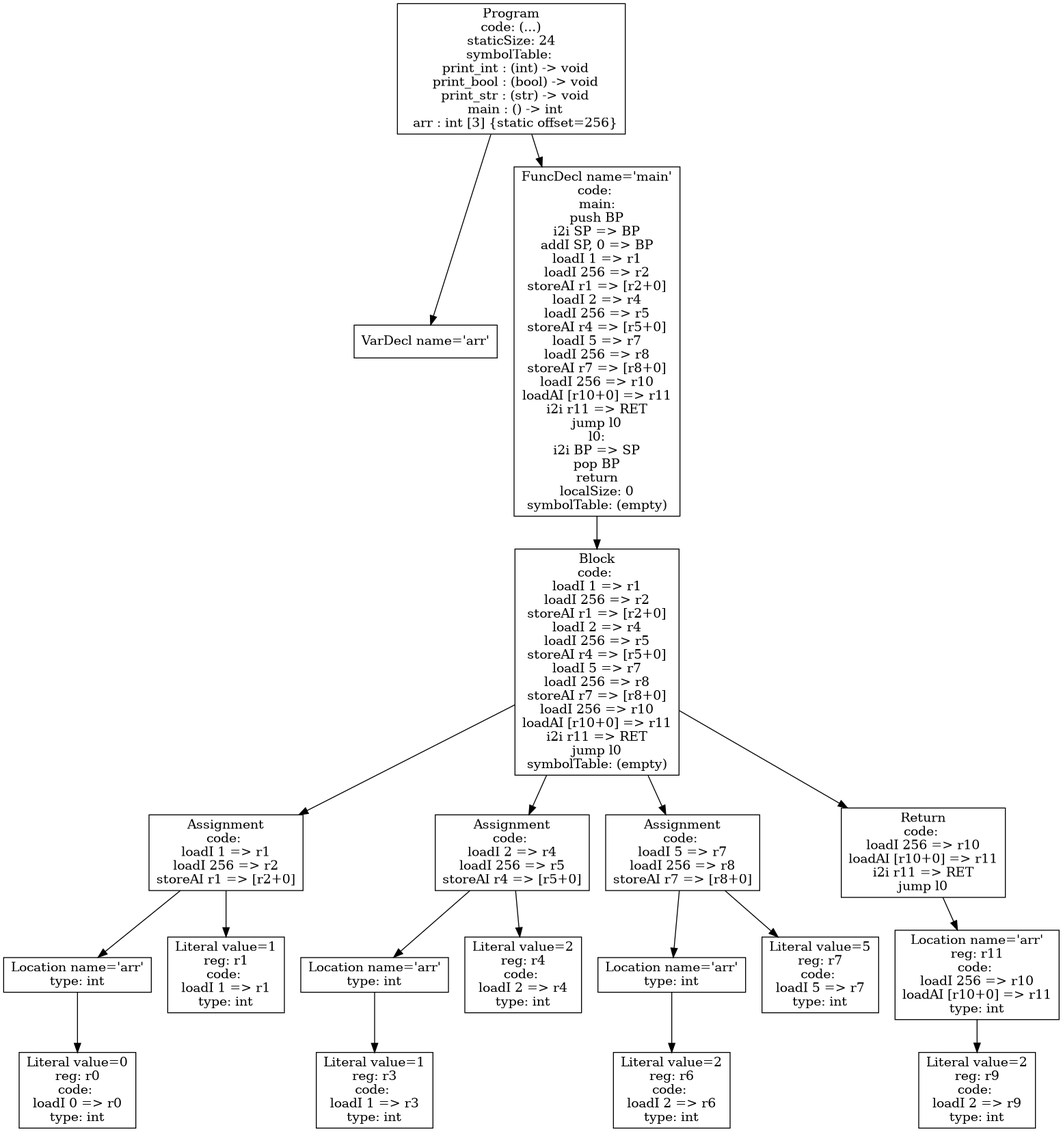
This is p4-codegen/iloc-tree.png from atrim11/CS432, a Graphviz export, as it was before one commit. Its source is kept beside it as p4-codegen/iloc-tree.dot.
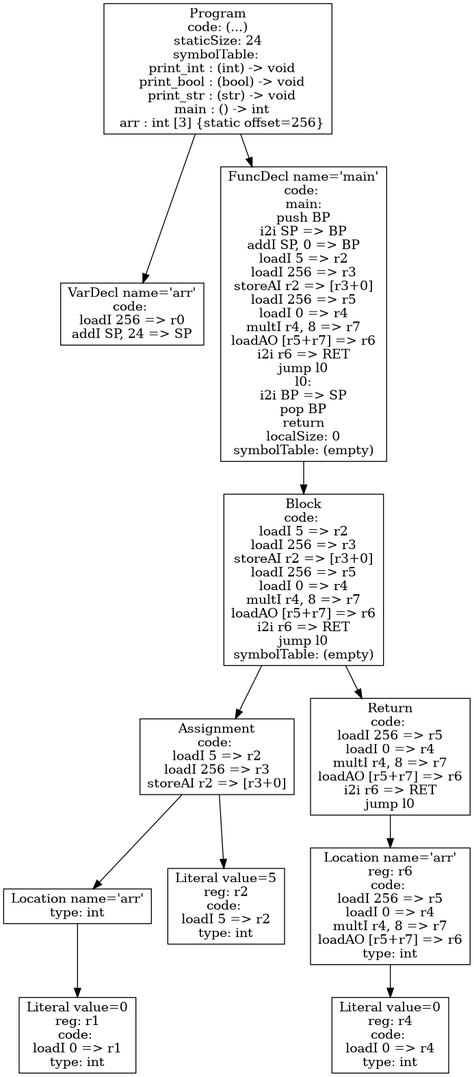
Later version of the same file.

Change to the diagram source:
```diff
@@ -1,37 +1,21 @@
 digraph AST {
-1 [shape=box, label="VarDecl name='arr'"];
-6 [shape=box, label="Literal value=0\nreg: r0\ncode: \nloadI 0 => r0\ntype: int"];
+1 [shape=box, label="VarDecl name='arr'\ncode: \nloadI 256 => r0\naddI SP, 24 => SP"];
+6 [shape=box, label="Literal value=0\nreg: r1\ncode: \nloadI 0 => r1\ntype: int"];
 5 [shape=box, label="Location name='arr'\ntype: int"];
 5 -> 6;
-7 [shape=box, label="Literal value=1\nreg: r1\ncode: \nloadI 1 => r1\ntype: int"];
-4 [shape=box, label="Assignment\ncode: \nloadI 1 => r1\nloadI 256 => r2\nstoreAI r1 => [r2+0]"];
+7 [shape=box, label="Literal value=5\nreg: r2\ncode: \nloadI 5 => r2\ntype: int"];
+4 [shape=box, label="Assignment\ncode: \nloadI 5 => r2\nloadI 256 => r3\nstoreAI r2 => [r3+0]"];
 4 -> 5;
 4 -> 7;
-10 [shape=box, label="Literal value=1\nreg: r3\ncode: \nloadI 1 => r3\ntype: int"];
-9 [shape=box, label="Location name='arr'\ntype: int"];
+10 [shape=box, label="Literal value=0\nreg: r4\ncode: \nloadI 0 => r4\ntype: int"];
+9 [shape=box, label="Location name='arr'\nreg: r6\ncode: \nloadI 256 => r5\nloadI 0 => r4\nmultI r4, 8 => r7\nloadAO [r5+r7] => r6\ntype: int"];
 9 -> 10;
-11 [shape=box, label="Literal value=2\nreg: r4\ncode: \nloadI 2 => r4\ntype: int"];
-8 [shape=box, label="Assignment\ncode: \nloadI 2 => r4\nloadI 256 => r5\nstoreAI r4 => [r5+0]"];
+8 [shape=box, label="Return\ncode: \nloadI 256 => r5\nloadI 0 => r4\nmultI r4, 8 => r7\nloadAO [r5+r7] => r6\ni2i r6 => RET\njump l0"];
 8 -> 9;
-8 -> 11;
-14 [shape=box, label="Literal value=2\nreg: r6\ncode: \nloadI 2 => r6\ntype: int"];
-13 [shape=box, label="Location name='arr'\ntype: int"];
-13 -> 14;
-15 [shape=box, label="Literal value=5\nreg: r7\ncode: \nloadI 5 => r7\ntype: int"];
-12 [shape=box, label="Assignment\ncode: \nloadI 5 => r7\nloadI 256 => r8\nstoreAI r7 => [r8+0]"];
-12 -> 13;
-12 -> 15;
-18 [shape=box, label="Literal value=2\nreg: r9\ncode: \nloadI 2 => r9\ntype: int"];
-17 [shape=box, label="Location name='arr'\nreg: r11\ncode: \nloadI 256 => r10\nloadAI [r10+0] => r11\ntype: int"];
-17 -> 18;
-16 [shape=box, label="Return\ncode: \nloadI 256 => r10\nloadAI [r10+0] => r11\ni2i r11 => RET\njump l0"];
-16 -> 17;
-3 [shape=box, label="Block\ncode: \nloadI 1 => r1\nloadI 256 => r2\nstoreAI r1 => [r2+0]\nloadI 2 => r4\nloadI 256 => r5\nstoreAI r4 => [r5+0]\nloadI 5 => r7\nloadI 256 => r8\nstoreAI r7 => [r8+0]\nloadI 256 => r10\nloadAI [r10+0] => r11\ni2i r11 => RET\njump l0\nsymbolTable: (empty)"];
+3 [shape=box, label="Block\ncode: \nloadI 5 => r2\nloadI 256 => r3\nstoreAI r2 => [r3+0]\nloadI 256 => r5\nloadI 0 => r4\nmultI r4, 8 => r7\nloadAO [r5+r7] => r6\ni2i r6 => RET\njump l0\nsymbolTable: (empty)"];
 3 -> 4;
 3 -> 8;
-3 -> 12;
-3 -> 16;
-2 [shape=box, label="FuncDecl name='main'\ncode: \nmain:\npush BP\ni2i SP => BP\naddI SP, 0 => BP\nloadI 1 => r1\nloadI 256 => r2\nstoreAI r1 => [r2+0]\nloadI 2 => r4\nloadI 256 => r5\nstoreAI r4 => [r5+0]\nloadI 5 => r7\nloadI 256 => r8\nstoreAI r7 => [r8+0]\nloadI 256 => r10\nloadAI [r10+0] => r11\ni2i r11 => RET\njump l0\nl0:\ni2i BP => SP\npop BP\nreturn\nlocalSize: 0\nsymbolTable: (empty)"];
+2 [shape=box, label="FuncDecl name='main'\ncode: \nmain:\npush BP\ni2i SP => BP\naddI SP, 0 => BP\nloadI 5 => r2\nloadI 256 => r3\nstoreAI r2 => [r3+0]\nloadI 256 => r5\nloadI 0 => r4\nmultI r4, 8 => r7\nloadAO [r5+r7] => r6\ni2i r6 => RET\njump l0\nl0:\ni2i BP => SP\npop BP\nreturn\nlocalSize: 0\nsymbolTable: (empty)"];
 2 -> 3;
 0 [shape=box, label="Program\ncode: (...)\nstaticSize: 24\nsymbolTable: \n  print_int : (int) -> void\n  print_bool : (bool) -> void\n  print_str : (str) -> void\n  main : () -> int\n  arr : int [3] {static offset=256}"];
 0 -> 1;
```
